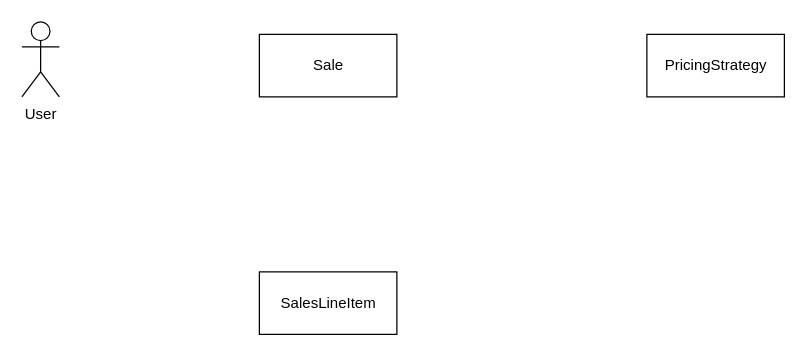
The draw.io diagram IS_HW_2_CD.drawio in YuanchenZhu2020/DrawIO, before the edit. Source tidied: cells renumbered, new cells numbered last; positions are measured from the earlier drawing's top-left corner, leaving out a move shared by most shapes. Both pictures are drawn from the tidied source at 125%, with x=0, y=0 at pixel (21, 21).
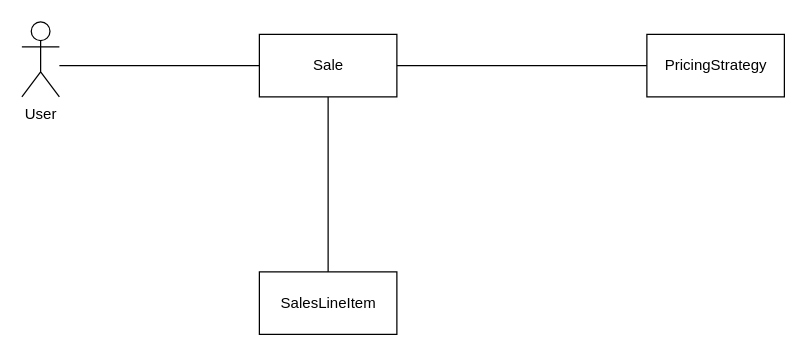
After the change.

Diff of the diagram source:
```diff
@@
 <mxGraphModel>
   <root>
     <mxCell id="0" />
     <mxCell id="1" parent="0" />
     <mxCell id="2" value="User" style="shape=umlActor;verticalLabelPosition=bottom;verticalAlign=top;html=1;" parent="1" vertex="1">
       <mxGeometry width="30" height="60" as="geometry" />
     </mxCell>
+    <mxCell id="6" style="edgeStyle=orthogonalEdgeStyle;rounded=0;jettySize=auto;html=1;endArrow=none;endFill=0;" parent="1" edge="1" source="3" target="4">
+      <mxGeometry relative="1" as="geometry" />
+    </mxCell>
     <mxCell id="3" value="Sale" style="html=1;" parent="1" vertex="1">
       <mxGeometry x="190" y="10" width="110" height="50" as="geometry" />
     </mxCell>
     <mxCell id="4" value="SalesLineItem" style="html=1;" parent="1" vertex="1">
       <mxGeometry x="190" y="200" width="110" height="50" as="geometry" />
     </mxCell>
     <mxCell id="5" value="PricingStrategy" style="html=1;" parent="1" vertex="1">
       <mxGeometry x="500" y="10" width="110" height="50" as="geometry" />
     </mxCell>
+    <mxCell id="7" style="line;strokeWidth=1;fillColor=none;align=left;verticalAlign=middle;spacingTop=-1;spacingLeft=3;spacingRight=3;labelPosition=right;" parent="1" vertex="1">
+      <mxGeometry x="30" y="31" width="160" height="8" as="geometry" />
+    </mxCell>
+    <mxCell id="8" style="line;strokeWidth=1;fillColor=none;align=left;verticalAlign=middle;spacingTop=-1;spacingLeft=3;spacingRight=3;labelPosition=right;" parent="1" vertex="1">
+      <mxGeometry x="300" y="31" width="200" height="8" as="geometry" />
+    </mxCell>
   </root>
 </mxGraphModel>
```
